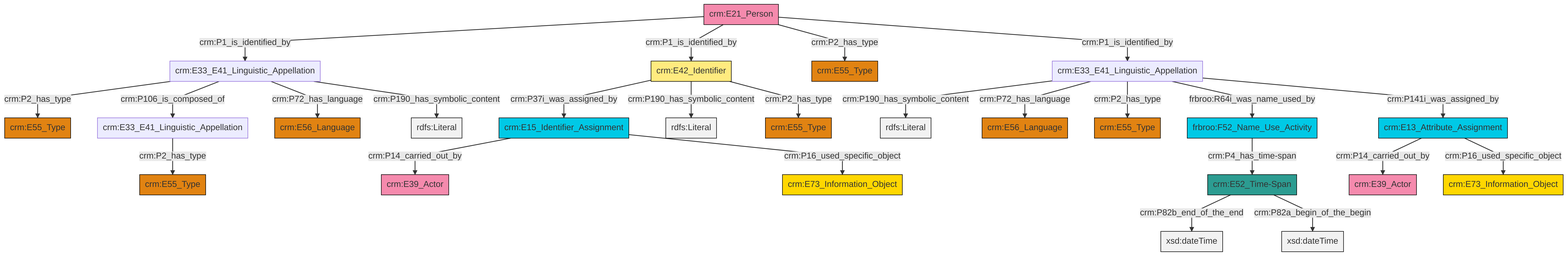
Above: et/personCSV/ttl/mmd/png/Person_Names_and_Classification.png in swiss-art-research-net/reference-data-models (Mermaid), before the change. Its source is kept beside it as et/personCSV/ttl/mmd/Person_Names_and_Classification.ttl.mmd.
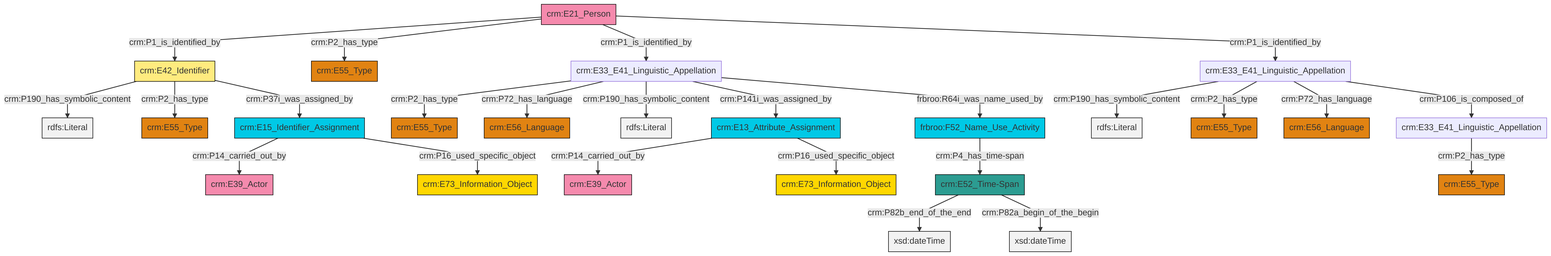
Later version of the same file.

Diff of the diagram source:
```diff
@@ -13,27 +13,27 @@
 classDef PC_Classes fill:#4ce600, stroke:#000000;
 classDef Multi fill:#cccccc,stroke:#000000;
 
-0["crm:E33_E41_Linguistic_Appellation"]:::Default -->|crm:P190_has_symbolic_content| 1[rdfs:Literal]:::Literal
-2["crm:E33_E41_Linguistic_Appellation"]:::Default -->|crm:P2_has_type| 3["crm:E55_Type"]:::Type
-2["crm:E33_E41_Linguistic_Appellation"]:::Default -->|crm:P106_is_composed_of| 4["crm:E33_E41_Linguistic_Appellation"]:::Default
-0["crm:E33_E41_Linguistic_Appellation"]:::Default -->|crm:P72_has_language| 5["crm:E56_Language"]:::Type
-6["crm:E21_Person"]:::Actor -->|crm:P1_is_identified_by| 2["crm:E33_E41_Linguistic_Appellation"]:::Default
-7["crm:E42_Identifier"]:::Appellation -->|crm:P37i_was_assigned_by| 8["crm:E15_Identifier_Assignment"]:::Temporal_Entity
-8["crm:E15_Identifier_Assignment"]:::Temporal_Entity -->|crm:P14_carried_out_by| 9["crm:E39_Actor"]:::Actor
-10["crm:E13_Attribute_Assignment"]:::Temporal_Entity -->|crm:P14_carried_out_by| 11["crm:E39_Actor"]:::Actor
-2["crm:E33_E41_Linguistic_Appellation"]:::Default -->|crm:P72_has_language| 12["crm:E56_Language"]:::Type
-10["crm:E13_Attribute_Assignment"]:::Temporal_Entity -->|crm:P16_used_specific_object| 15["crm:E73_Information_Object"]:::Conceptual_Object
-17["crm:E52_Time-Span"]:::Time-Span -->|crm:P82b_end_of_the_end| 18[xsd:dateTime]:::Literal
-22["frbroo:F52_Name_Use_Activity"]:::Temporal_Entity -->|crm:P4_has_time-span| 17["crm:E52_Time-Span"]:::Time-Span
-7["crm:E42_Identifier"]:::Appellation -->|crm:P190_has_symbolic_content| 24[rdfs:Literal]:::Literal
-0["crm:E33_E41_Linguistic_Appellation"]:::Default -->|crm:P2_has_type| 27["crm:E55_Type"]:::Type
-6["crm:E21_Person"]:::Actor -->|crm:P1_is_identified_by| 7["crm:E42_Identifier"]:::Appellation
-8["crm:E15_Identifier_Assignment"]:::Temporal_Entity -->|crm:P16_used_specific_object| 30["crm:E73_Information_Object"]:::Conceptual_Object
-6["crm:E21_Person"]:::Actor -->|crm:P2_has_type| 31["crm:E55_Type"]:::Type
-7["crm:E42_Identifier"]:::Appellation -->|crm:P2_has_type| 37["crm:E55_Type"]:::Type
-6["crm:E21_Person"]:::Actor -->|crm:P1_is_identified_by| 0["crm:E33_E41_Linguistic_Appellation"]:::Default
-17["crm:E52_Time-Span"]:::Time-Span -->|crm:P82a_begin_of_the_begin| 42[xsd:dateTime]:::Literal
-0["crm:E33_E41_Linguistic_Appellation"]:::Default -->|frbroo:R64i_was_name_used_by| 22["frbroo:F52_Name_Use_Activity"]:::Temporal_Entity
-0["crm:E33_E41_Linguistic_Appellation"]:::Default -->|crm:P141i_was_assigned_by| 10["crm:E13_Attribute_Assignment"]:::Temporal_Entity
-2["crm:E33_E41_Linguistic_Appellation"]:::Default -->|crm:P190_has_symbolic_content| 46[rdfs:Literal]:::Literal
-4["crm:E33_E41_Linguistic_Appellation"]:::Default -->|crm:P2_has_type| 19["crm:E55_Type"]:::Type
+0["crm:E42_Identifier"]:::Appellation -->|crm:P190_has_symbolic_content| 1[rdfs:Literal]:::Literal
+2["crm:E13_Attribute_Assignment"]:::Temporal_Entity -->|crm:P14_carried_out_by| 3["crm:E39_Actor"]:::Actor
+4["crm:E21_Person"]:::Actor -->|crm:P1_is_identified_by| 0["crm:E42_Identifier"]:::Appellation
+11["crm:E33_E41_Linguistic_Appellation"]:::Default -->|crm:P190_has_symbolic_content| 12[rdfs:Literal]:::Literal
+11["crm:E33_E41_Linguistic_Appellation"]:::Default -->|crm:P2_has_type| 14["crm:E55_Type"]:::Type
+2["crm:E13_Attribute_Assignment"]:::Temporal_Entity -->|crm:P16_used_specific_object| 18["crm:E73_Information_Object"]:::Conceptual_Object
+6["frbroo:F52_Name_Use_Activity"]:::Temporal_Entity -->|crm:P4_has_time-span| 19["crm:E52_Time-Span"]:::Time-Span
+22["crm:E33_E41_Linguistic_Appellation"]:::Default -->|crm:P2_has_type| 16["crm:E55_Type"]:::Type
+22["crm:E33_E41_Linguistic_Appellation"]:::Default -->|crm:P72_has_language| 23["crm:E56_Language"]:::Type
+22["crm:E33_E41_Linguistic_Appellation"]:::Default -->|crm:P190_has_symbolic_content| 24[rdfs:Literal]:::Literal
+28["crm:E15_Identifier_Assignment"]:::Temporal_Entity -->|crm:P14_carried_out_by| 29["crm:E39_Actor"]:::Actor
+22["crm:E33_E41_Linguistic_Appellation"]:::Default -->|crm:P141i_was_assigned_by| 2["crm:E13_Attribute_Assignment"]:::Temporal_Entity
+19["crm:E52_Time-Span"]:::Time-Span -->|crm:P82b_end_of_the_end| 31[xsd:dateTime]:::Literal
+9["crm:E33_E41_Linguistic_Appellation"]:::Default -->|crm:P2_has_type| 32["crm:E55_Type"]:::Type
+4["crm:E21_Person"]:::Actor -->|crm:P2_has_type| 33["crm:E55_Type"]:::Type
+22["crm:E33_E41_Linguistic_Appellation"]:::Default -->|frbroo:R64i_was_name_used_by| 6["frbroo:F52_Name_Use_Activity"]:::Temporal_Entity
+0["crm:E42_Identifier"]:::Appellation -->|crm:P2_has_type| 26["crm:E55_Type"]:::Type
+4["crm:E21_Person"]:::Actor -->|crm:P1_is_identified_by| 22["crm:E33_E41_Linguistic_Appellation"]:::Default
+28["crm:E15_Identifier_Assignment"]:::Temporal_Entity -->|crm:P16_used_specific_object| 35["crm:E73_Information_Object"]:::Conceptual_Object
+11["crm:E33_E41_Linguistic_Appellation"]:::Default -->|crm:P72_has_language| 37["crm:E56_Language"]:::Type
+4["crm:E21_Person"]:::Actor -->|crm:P1_is_identified_by| 11["crm:E33_E41_Linguistic_Appellation"]:::Default
+0["crm:E42_Identifier"]:::Appellation -->|crm:P37i_was_assigned_by| 28["crm:E15_Identifier_Assignment"]:::Temporal_Entity
+11["crm:E33_E41_Linguistic_Appellation"]:::Default -->|crm:P106_is_composed_of| 9["crm:E33_E41_Linguistic_Appellation"]:::Default
+19["crm:E52_Time-Span"]:::Time-Span -->|crm:P82a_begin_of_the_begin| 46[xsd:dateTime]:::Literal
```
